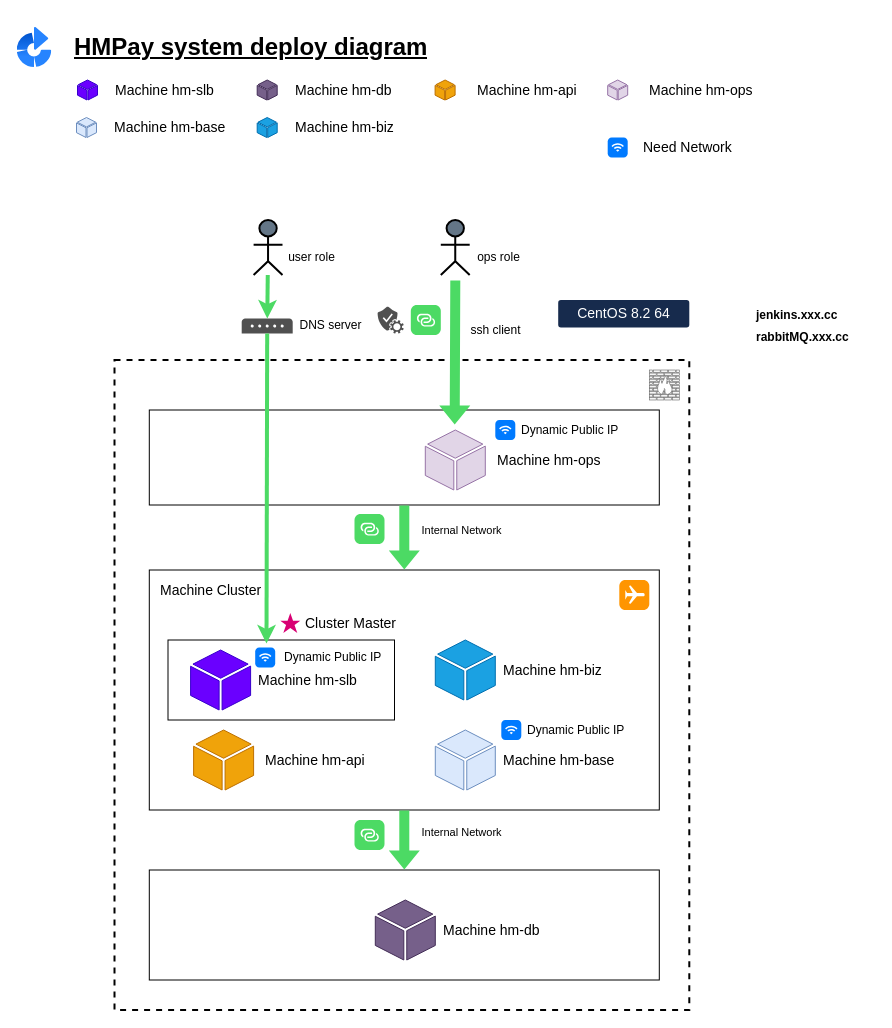
hmpay/devops keeps this draw.io diagram as page "Page-2" (2 of 3) of docs/design.drawio. Above is the earlier version. Source tidied: cells renumbered, new cells numbered last; positions are measured from the earlier drawing's top-left corner, leaving out a move shared by most shapes. Both pictures are drawn from the tidied source at 100%, with x=0, y=0 at pixel (17, 27).
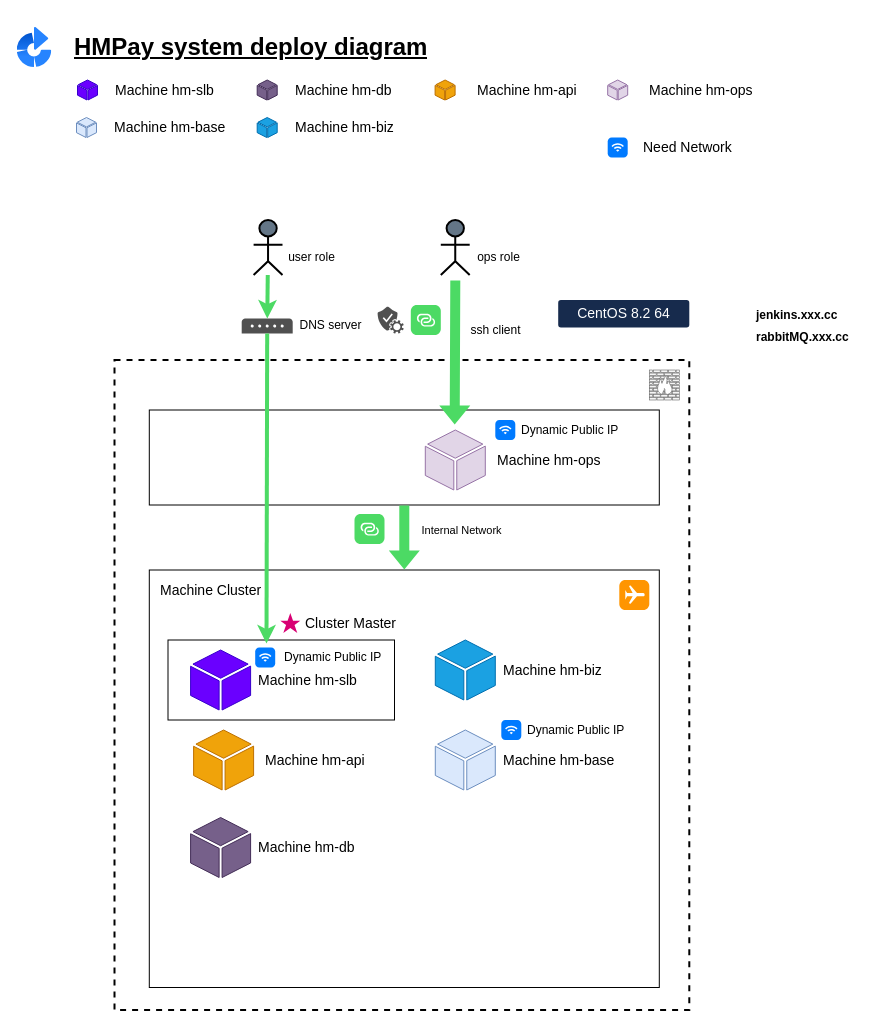
The same diagram, later.

Diff of the diagram source:
```diff
@@
-    <mxCell id="4" style="rounded=0;whiteSpace=wrap;html=1;fillColor=none;" parent="1" vertex="1">
-      <mxGeometry x="131.8" y="842.5" width="510" height="110" as="geometry" />
-    </mxCell>
     <mxCell id="5" style="rounded=0;whiteSpace=wrap;html=1;fillColor=none;" parent="1" vertex="1">
-      <mxGeometry x="131.8" y="542.5" width="510" height="240" as="geometry" />
+      <mxGeometry x="131.8" y="542.5" width="510" height="417.5" as="geometry" />
     </mxCell>
@@
     <mxCell id="14" style="shadow=0;dashed=0;html=1;strokeColor=#432D57;labelPosition=center;verticalLabelPosition=bottom;verticalAlign=top;align=center;shape=mxgraph.office.concepts.node_generic;sketch=0;fillColor=#76608a;fontColor=#ffffff;" parent="1" vertex="1">
-      <mxGeometry x="357.8" y="872.5" width="60" height="60" as="geometry" />
+      <mxGeometry x="173.1" y="790" width="60" height="60" as="geometry" />
     </mxCell>
     <mxCell id="15" value="Machine hm-db" style="text;html=1;strokeColor=none;fillColor=none;align=left;verticalAlign=middle;whiteSpace=wrap;rounded=0;sketch=0;fontSize=14;fontColor=#000000;" parent="1" vertex="1">
-      <mxGeometry x="423.8" y="892.5" width="111.3" height="20" as="geometry" />
+      <mxGeometry x="239.1" y="810" width="111.3" height="20" as="geometry" />
     </mxCell>
@@
-    <mxCell id="27" style="shape=flexArrow;endArrow=classic;html=1;entryX=0.5;entryY=0;entryDx=0;entryDy=0;exitX=0.5;exitY=1;exitDx=0;exitDy=0;fillColor=#4CDA64;strokeColor=none;" parent="1" edge="1" source="5" target="4">
-      <mxGeometry relative="1" as="geometry" />
-    </mxCell>
-    <mxCell id="28" value="Internal Network" style="edgeLabel;html=1;align=center;verticalAlign=middle;" parent="27" vertex="1">
-      <mxGeometry x="-0.06" y="-1" relative="1" as="geometry">
-        <mxPoint x="57.4" y="-6" as="offset" />
-      </mxGeometry>
-    </mxCell>
-    <mxCell id="29" style="html=1;strokeWidth=1;shadow=0;dashed=0;shape=mxgraph.ios7.misc.link;fillColor=#4CDA64;strokeColor=none;buttonText=;strokeColor2=#222222;fontColor=#222222;fontSize=8;verticalLabelPosition=bottom;verticalAlign=top;align=center;" parent="1" vertex="1">
-      <mxGeometry x="337" y="792.5" width="30" height="30" as="geometry" />
-    </mxCell>
```
